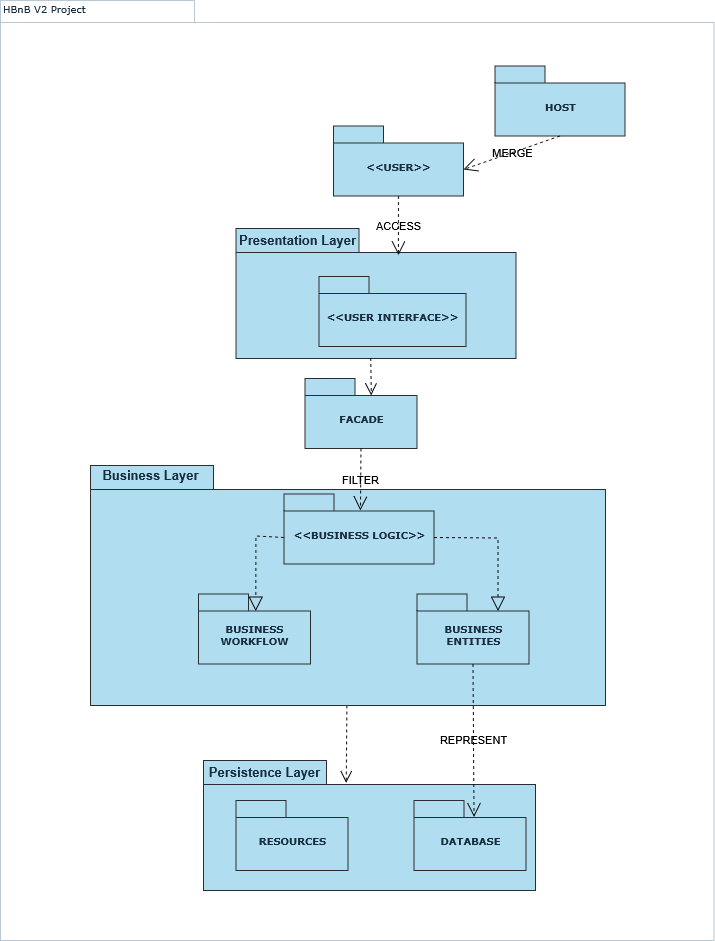
Above: part1/img/PackageDiagram.drawio.png in jerome244/holbertonschool-hbnb (draw.io), before the change. Source tidied: cells renumbered, new cells last; positions are measured from the earlier drawing's top-left corner, leaving out a move shared by most shapes. Source of this version:
```xml
<mxGraphModel>
  <root>
    <mxCell id="0" />
    <mxCell id="1" parent="0" />
    <mxCell id="2" style="shape=folder;fontStyle=1;spacingTop=10;tabWidth=194;tabHeight=22;tabPosition=left;html=1;rounded=0;shadow=0;comic=0;labelBackgroundColor=none;strokeWidth=1;fillColor=none;fontFamily=Verdana;fontSize=10;align=center;strokeColor=#BAC8D3;fontColor=#182E3E;" parent="1" vertex="1">
      <mxGeometry width="713.5" height="940" as="geometry" />
    </mxCell>
    <mxCell id="3" style="group;labelBackgroundColor=none;fontColor=#182E3E;rounded=0;" parent="1" vertex="1">
      <mxGeometry x="333" y="125.5" width="130" height="70" as="geometry" />
    </mxCell>
    <mxCell id="4" value="&amp;lt;&amp;lt;USER&amp;gt;&amp;gt;" style="shape=folder;fontStyle=1;spacingTop=10;tabWidth=50;tabHeight=17;tabPosition=left;html=1;rounded=0;shadow=0;comic=0;labelBackgroundColor=none;strokeWidth=1;fontFamily=Verdana;fontSize=10;align=center;fillColor=#B1DDF0;strokeColor=#2B2E30;fontColor=#182E3E;" parent="3" vertex="1">
      <mxGeometry width="130" height="70" as="geometry" />
    </mxCell>
    <mxCell id="5" style="group;labelBackgroundColor=none;fontColor=#182E3E;rounded=0;" parent="1" vertex="1">
      <mxGeometry x="235.5" y="228" width="280" height="130" as="geometry" />
    </mxCell>
    <mxCell id="6" value="&lt;div&gt;&lt;/div&gt;" style="shape=folder;fontStyle=1;spacingTop=10;tabWidth=123;tabHeight=24;tabPosition=left;html=1;rounded=0;shadow=0;comic=0;labelBackgroundColor=none;strokeWidth=1;fontFamily=Verdana;fontSize=10;align=center;fillColor=#B1DDF0;strokeColor=#2B2E30;fontColor=#182E3E;" parent="5" vertex="1">
      <mxGeometry width="280" height="130" as="geometry" />
    </mxCell>
    <mxCell id="7" value="&amp;lt;&amp;lt;USER INTERFACE&amp;gt;&amp;gt;" style="shape=folder;fontStyle=1;spacingTop=10;tabWidth=50;tabHeight=17;tabPosition=left;html=1;rounded=0;shadow=0;comic=0;labelBackgroundColor=none;strokeWidth=1;fontFamily=Verdana;fontSize=10;align=center;fillColor=#B1DDF0;strokeColor=#2B2E30;fontColor=#182E3E;" parent="5" vertex="1">
      <mxGeometry x="83" y="48" width="147" height="70" as="geometry" />
    </mxCell>
    <mxCell id="8" value="Presentation Layer" style="text;strokeColor=none;fillColor=none;html=1;fontSize=13;fontStyle=1;verticalAlign=middle;align=center;labelBackgroundColor=none;fontColor=#182E3E;rounded=0;" parent="5" vertex="1">
      <mxGeometry x="37" y="6.5" width="49" height="10" as="geometry" />
    </mxCell>
    <mxCell id="9" style="edgeStyle=none;rounded=0;html=1;entryX=0.43;entryY=0.173;entryPerimeter=0;dashed=1;labelBackgroundColor=none;startFill=0;endArrow=open;endFill=0;endSize=10;fontFamily=Verdana;fontSize=10;strokeColor=#080808;fontColor=default;" parent="1" edge="1" source="10" target="13">
      <mxGeometry relative="1" as="geometry" />
    </mxCell>
    <mxCell id="10" style="shape=folder;fontStyle=1;spacingTop=10;tabWidth=123;tabHeight=24;tabPosition=left;html=1;rounded=0;shadow=0;comic=0;labelBackgroundColor=none;strokeColor=#2B2E30;strokeWidth=1;fillColor=#B1DDF0;fontFamily=Verdana;fontSize=10;fontColor=#182E3E;align=center;" parent="1" vertex="1">
      <mxGeometry x="90" y="465" width="515" height="240" as="geometry" />
    </mxCell>
    <mxCell id="11" value="FACADE" style="shape=folder;fontStyle=1;spacingTop=10;tabWidth=50;tabHeight=17;tabPosition=left;html=1;rounded=0;shadow=0;comic=0;labelBackgroundColor=none;strokeColor=#2B2E30;strokeWidth=1;fillColor=#B1DDF0;fontFamily=Verdana;fontSize=10;fontColor=#182E3E;align=center;" parent="1" vertex="1">
      <mxGeometry x="304.5" y="378" width="112" height="70" as="geometry" />
    </mxCell>
    <mxCell id="12" value="&amp;lt;&amp;lt;BUSINESS LOGIC&amp;gt;&amp;gt;" style="shape=folder;fontStyle=1;spacingTop=10;tabWidth=50;tabHeight=17;tabPosition=left;html=1;rounded=0;shadow=0;comic=0;labelBackgroundColor=none;strokeColor=#2B2E30;strokeWidth=1;fillColor=#B1DDF0;fontFamily=Verdana;fontSize=10;fontColor=#182E3E;align=center;" parent="1" vertex="1">
      <mxGeometry x="283.5" y="493.5" width="150" height="70" as="geometry" />
    </mxCell>
    <mxCell id="13" style="shape=folder;fontStyle=1;spacingTop=10;tabWidth=123;tabHeight=24;tabPosition=left;html=1;rounded=0;shadow=0;comic=0;labelBackgroundColor=none;strokeWidth=1;fontFamily=Verdana;fontSize=10;align=center;fillColor=#B1DDF0;strokeColor=#2B2E30;fontColor=#182E3E;" parent="1" vertex="1">
      <mxGeometry x="203" y="760" width="332" height="130" as="geometry" />
    </mxCell>
    <mxCell id="14" value="DATABASE" style="shape=folder;fontStyle=1;spacingTop=10;tabWidth=50;tabHeight=17;tabPosition=left;html=1;rounded=0;shadow=0;comic=0;labelBackgroundColor=none;strokeWidth=1;fontFamily=Verdana;fontSize=10;align=center;fillColor=#B1DDF0;strokeColor=#2B2E30;fontColor=#182E3E;" parent="1" vertex="1">
      <mxGeometry x="413.5" y="800" width="112" height="70" as="geometry" />
    </mxCell>
    <mxCell id="15" style="rounded=0;html=1;entryX=0.592;entryY=0.243;entryPerimeter=0;dashed=1;labelBackgroundColor=none;startFill=0;endArrow=open;endFill=0;endSize=10;fontFamily=Verdana;fontSize=10;entryDx=0;entryDy=0;exitX=0.481;exitY=0.996;exitDx=0;exitDy=0;exitPerimeter=0;strokeColor=#000000;fontColor=default;" parent="1" edge="1" source="6" target="11">
      <mxGeometry relative="1" as="geometry" />
    </mxCell>
    <mxCell id="16" value="HBnB V2 Project" style="text;html=1;align=left;verticalAlign=top;spacingTop=-4;fontSize=10;fontFamily=Verdana;labelBackgroundColor=none;fontColor=#182E3E;rounded=0;" parent="1" vertex="1">
      <mxGeometry x="1" width="130" height="20" as="geometry" />
    </mxCell>
    <mxCell id="17" value="Business Layer" style="text;strokeColor=none;fillColor=none;html=1;fontSize=13;fontStyle=1;verticalAlign=middle;align=center;labelBackgroundColor=none;fontColor=#182E3E;rounded=0;" parent="1" vertex="1">
      <mxGeometry x="125.5" y="470" width="49" height="10" as="geometry" />
    </mxCell>
    <mxCell id="18" value="Persistence Layer" style="text;strokeColor=none;fillColor=none;html=1;fontSize=13;fontStyle=1;verticalAlign=middle;align=center;labelBackgroundColor=none;fontColor=#182E3E;rounded=0;" parent="1" vertex="1">
      <mxGeometry x="239.5" y="767" width="49" height="10" as="geometry" />
    </mxCell>
    <mxCell id="19" value="&lt;div&gt;BUSINESS&lt;/div&gt;&lt;div&gt;WORKFLOW&lt;/div&gt;" style="shape=folder;fontStyle=1;spacingTop=10;tabWidth=50;tabHeight=17;tabPosition=left;html=1;rounded=0;shadow=0;comic=0;labelBackgroundColor=none;strokeColor=#2B2E30;strokeWidth=1;fillColor=#B1DDF0;fontFamily=Verdana;fontSize=10;fontColor=#182E3E;align=center;" parent="1" vertex="1">
      <mxGeometry x="198" y="593.5" width="112" height="70" as="geometry" />
    </mxCell>
    <mxCell id="20" value="&lt;div&gt;BUSINESS&lt;/div&gt;&lt;div&gt;ENTITIES&lt;/div&gt;" style="shape=folder;fontStyle=1;spacingTop=10;tabWidth=50;tabHeight=17;tabPosition=left;html=1;rounded=0;shadow=0;comic=0;labelBackgroundColor=none;strokeColor=#2B2E30;strokeWidth=1;fillColor=#B1DDF0;fontFamily=Verdana;fontSize=10;fontColor=#182E3E;align=center;" parent="1" vertex="1">
      <mxGeometry x="416.5" y="593.5" width="112" height="70" as="geometry" />
    </mxCell>
    <mxCell id="21" style="endArrow=block;dashed=1;endFill=0;endSize=12;html=1;rounded=0;exitX=0;exitY=0;exitDx=0;exitDy=43.5;exitPerimeter=0;entryX=0.512;entryY=0.243;entryDx=0;entryDy=0;entryPerimeter=0;labelBackgroundColor=none;strokeColor=#080808;fontColor=default;" parent="1" edge="1" source="12" target="19">
      <mxGeometry relative="1" as="geometry">
        <Array as="points">
          <mxPoint x="255.5" y="535.5" />
        </Array>
      </mxGeometry>
    </mxCell>
    <mxCell id="22" style="endArrow=block;dashed=1;endFill=0;endSize=12;html=1;rounded=0;exitX=0;exitY=0;exitDx=150;exitDy=43.5;exitPerimeter=0;entryX=0;entryY=0;entryDx=81;entryDy=17;entryPerimeter=0;labelBackgroundColor=none;strokeColor=#080808;fontColor=default;" parent="1" edge="1" source="12" target="20">
      <mxGeometry relative="1" as="geometry">
        <Array as="points">
          <mxPoint x="497.5" y="537.5" />
        </Array>
      </mxGeometry>
    </mxCell>
    <mxCell id="23" value="REPRESENT" style="endArrow=open;endSize=12;dashed=1;html=1;rounded=0;exitX=0.5;exitY=1;exitDx=0;exitDy=0;exitPerimeter=0;entryX=0.536;entryY=0.236;entryDx=0;entryDy=0;entryPerimeter=0;labelBackgroundColor=none;strokeColor=#080808;fontColor=default;" parent="1" edge="1" source="20" target="14">
      <mxGeometry relative="1" as="geometry" />
    </mxCell>
    <mxCell id="24" style="group;labelBackgroundColor=none;fontColor=#182E3E;rounded=0;" parent="1" vertex="1">
      <mxGeometry x="494.5" y="65.5" width="130" height="70" as="geometry" />
    </mxCell>
    <mxCell id="25" value="HOST" style="shape=folder;fontStyle=1;spacingTop=10;tabWidth=50;tabHeight=17;tabPosition=left;html=1;rounded=0;shadow=0;comic=0;labelBackgroundColor=none;strokeWidth=1;fontFamily=Verdana;fontSize=10;align=center;fillColor=#B1DDF0;strokeColor=#2B2E30;fontColor=#182E3E;" parent="24" vertex="1">
      <mxGeometry width="130" height="70" as="geometry" />
    </mxCell>
    <mxCell id="26" value="MERGE" style="endArrow=open;endSize=12;dashed=1;html=1;rounded=0;exitX=0.5;exitY=1;exitDx=0;exitDy=0;exitPerimeter=0;entryX=0;entryY=0;entryDx=130;entryDy=43.5;entryPerimeter=0;labelBackgroundColor=none;strokeColor=#0A0A0A;fontColor=default;strokeWidth=1;" parent="1" edge="1" source="25" target="4">
      <mxGeometry relative="1" as="geometry" />
    </mxCell>
    <mxCell id="27" value="FILTER" style="endArrow=open;endSize=12;dashed=1;html=1;rounded=0;exitX=0.5;exitY=1;exitDx=0;exitDy=0;exitPerimeter=0;entryX=0.51;entryY=0.233;entryDx=0;entryDy=0;entryPerimeter=0;labelBackgroundColor=none;strokeColor=#080808;fontColor=default;" parent="1" edge="1" source="11" target="12">
      <mxGeometry relative="1" as="geometry" />
    </mxCell>
    <mxCell id="28" value="ACCESS" style="endArrow=open;endSize=12;dashed=1;html=1;rounded=0;exitX=0.5;exitY=1;exitDx=0;exitDy=0;exitPerimeter=0;entryX=0.58;entryY=0.204;entryDx=0;entryDy=0;entryPerimeter=0;labelBackgroundColor=none;strokeColor=#080808;fontColor=default;" parent="1" edge="1" source="4" target="6">
      <mxGeometry relative="1" as="geometry" />
    </mxCell>
    <mxCell id="29" value="RESOURCES" style="shape=folder;fontStyle=1;spacingTop=10;tabWidth=50;tabHeight=17;tabPosition=left;html=1;rounded=0;shadow=0;comic=0;labelBackgroundColor=none;strokeWidth=1;fontFamily=Verdana;fontSize=10;align=center;fillColor=#B1DDF0;strokeColor=#2B2E30;fontColor=#182E3E;" parent="1" vertex="1">
      <mxGeometry x="235.5" y="800" width="112" height="70" as="geometry" />
    </mxCell>
  </root>
</mxGraphModel>
```
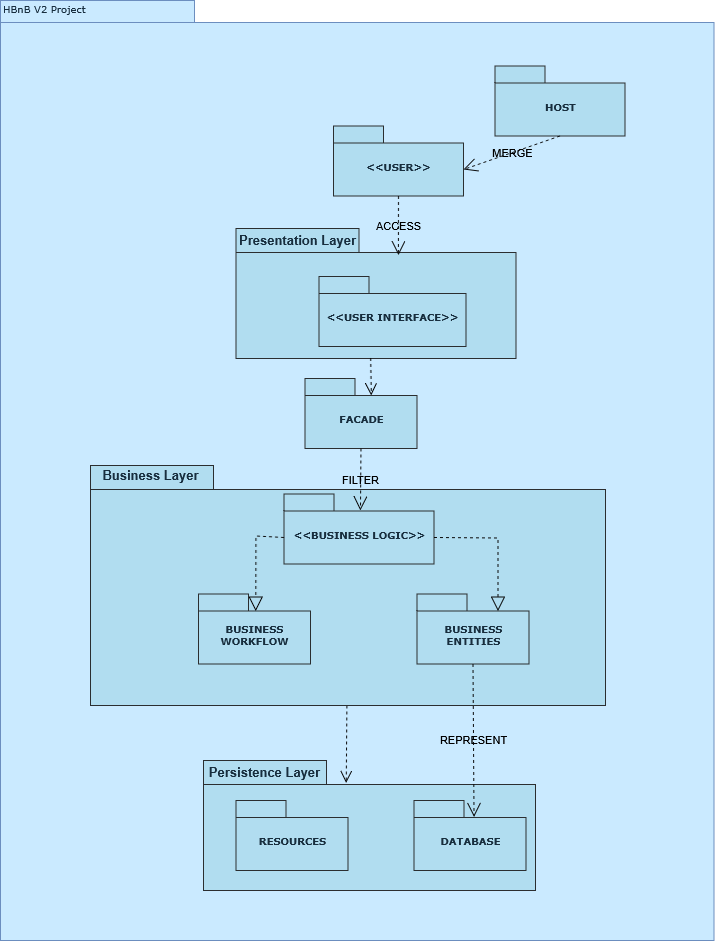
Later version of the same file.

Commit message:
changed package diagram image

What changed in the source:
```diff
@@ -2,7 +2,7 @@
   <root>
     <mxCell id="0" />
     <mxCell id="1" parent="0" />
-    <mxCell id="2" style="shape=folder;fontStyle=1;spacingTop=10;tabWidth=194;tabHeight=22;tabPosition=left;html=1;rounded=0;shadow=0;comic=0;labelBackgroundColor=none;strokeWidth=1;fillColor=none;fontFamily=Verdana;fontSize=10;align=center;strokeColor=#BAC8D3;fontColor=#182E3E;" parent="1" vertex="1">
+    <mxCell id="2" style="shape=folder;fontStyle=1;spacingTop=10;tabWidth=194;tabHeight=22;tabPosition=left;html=1;rounded=0;shadow=0;comic=0;labelBackgroundColor=none;strokeWidth=1;fillColor=#CAEAFF;fontFamily=Verdana;fontSize=10;align=center;strokeColor=#6c8ebf;" parent="1" vertex="1">
       <mxGeometry width="713.5" height="940" as="geometry" />
     </mxCell>
     <mxCell id="3" style="group;labelBackgroundColor=none;fontColor=#182E3E;rounded=0;" parent="1" vertex="1">
```
